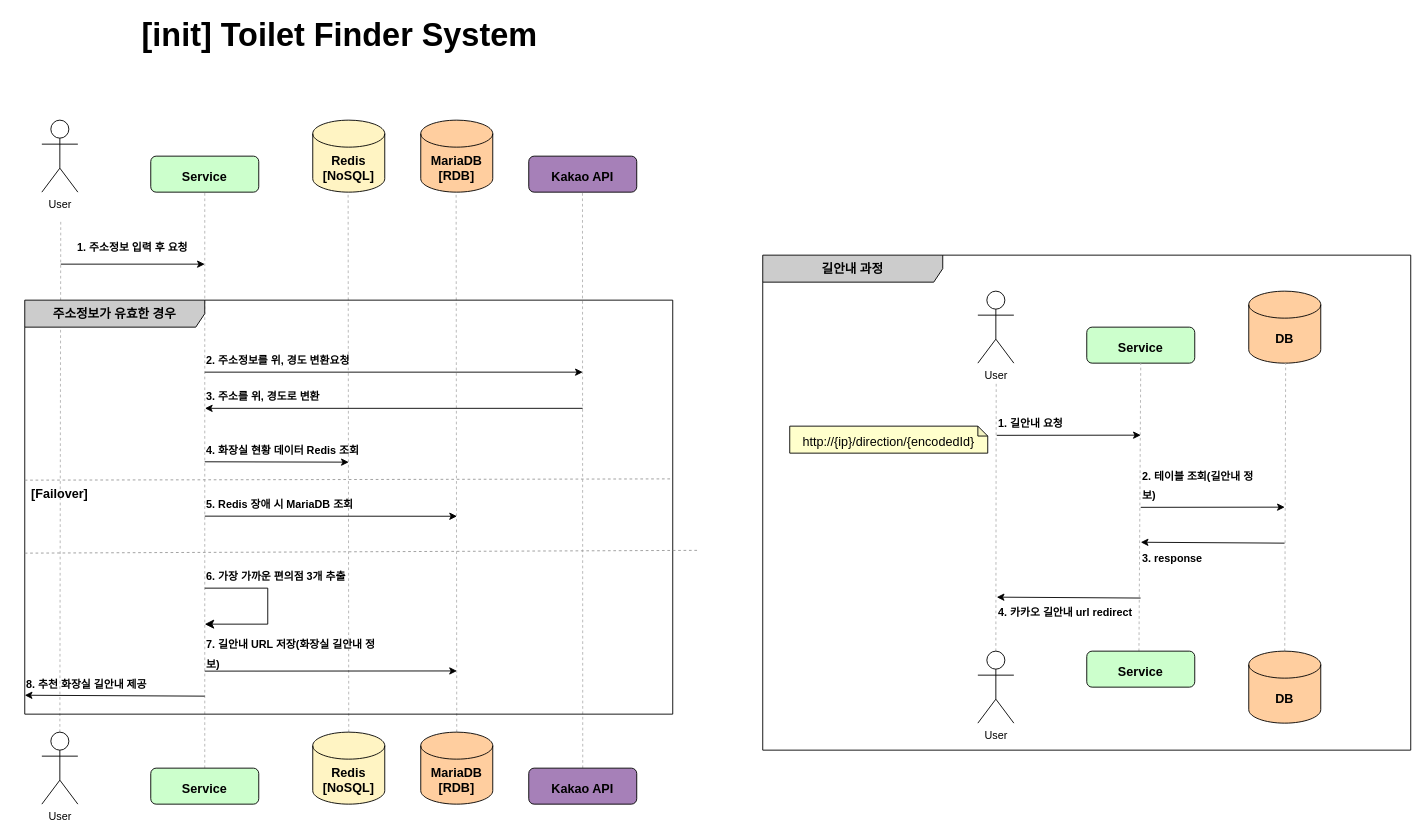
Before: document/toilet_finder.drawio in mykim8710/toilet_finder, a draw.io diagram. Source tidied: cells renumbered, new cells numbered last; positions are measured from the earlier drawing's top-left corner, leaving out a move shared by most shapes. Both pictures are drawn from the tidied source at 90%, with x=0, y=0 at pixel (15, 21).
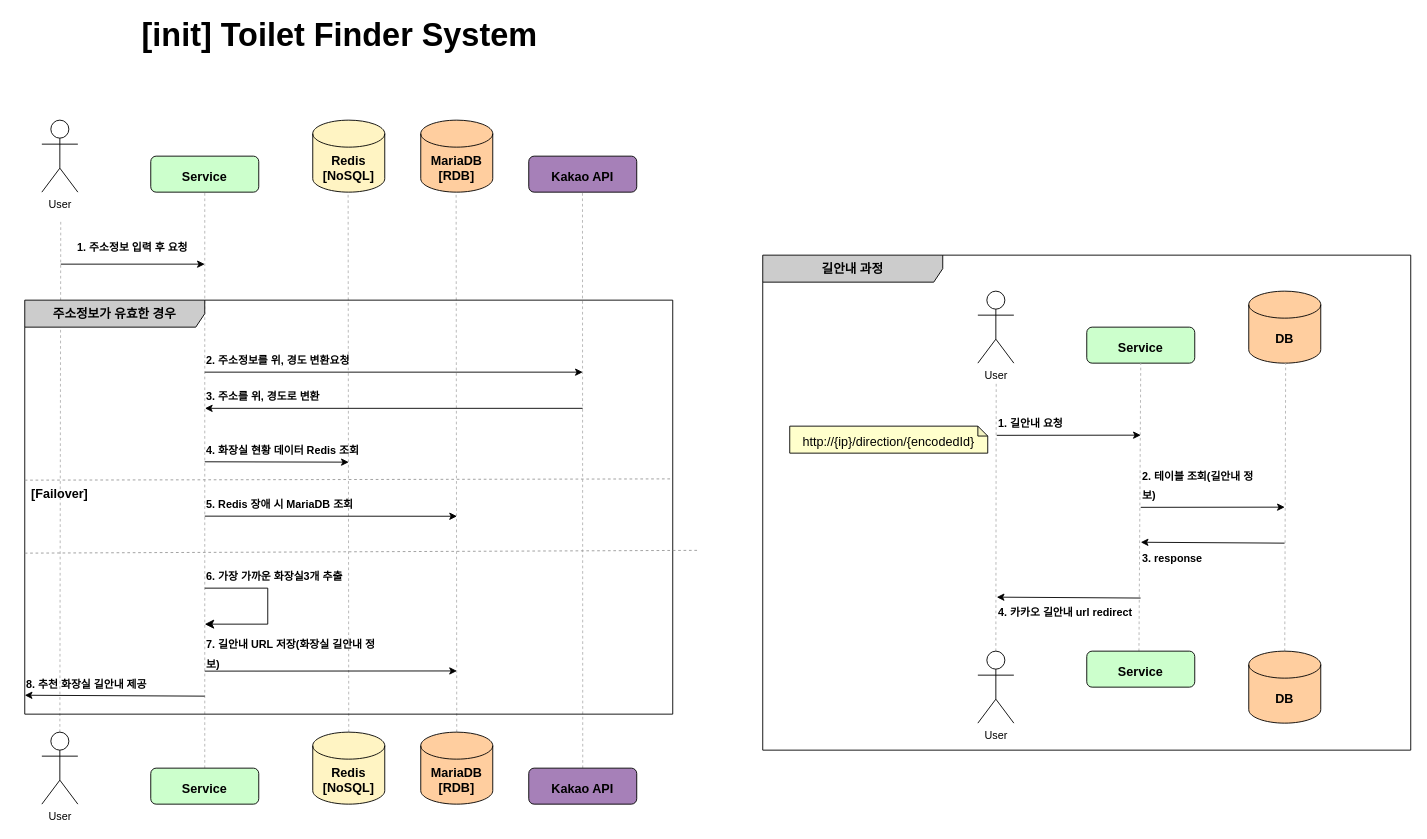
The same diagram, later.

What changed in the source:
```diff
@@
-    <mxCell id="28" value="&lt;font style=&quot;font-size: 12px;&quot;&gt;6. 가장 가까운 편의점 3개 추출&lt;/font&gt;" style="text;html=1;strokeColor=none;fillColor=none;align=left;verticalAlign=middle;whiteSpace=wrap;rounded=0;fontSize=18;fontStyle=1;" parent="1" vertex="1">
+    <mxCell id="28" value="&lt;font style=&quot;font-size: 12px;&quot;&gt;6. 가장 가까운 화장실3개 추출&lt;/font&gt;" style="text;html=1;strokeColor=none;fillColor=none;align=left;verticalAlign=middle;whiteSpace=wrap;rounded=0;fontSize=18;fontStyle=1;" parent="1" vertex="1">
       <mxGeometry x="210" y="600" width="200" height="30" as="geometry" />
     </mxCell>
```
